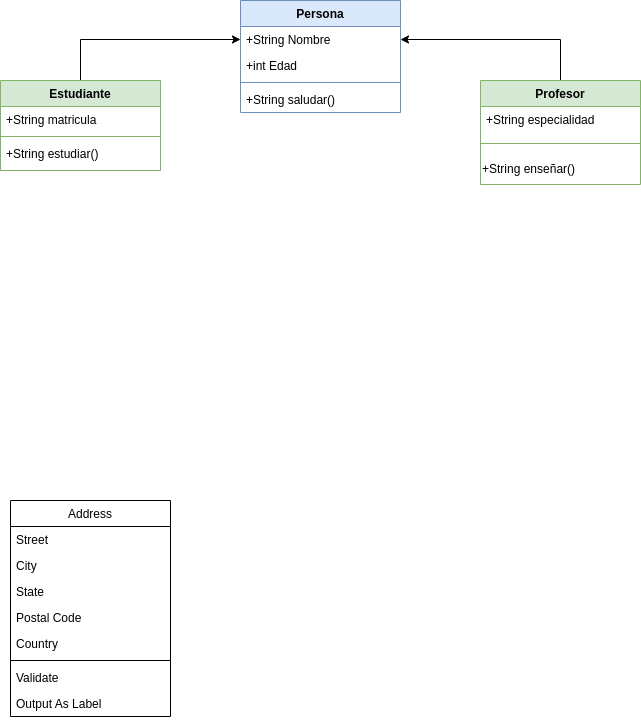
The draw.io diagram images/gestion-academica.png in aday-ctr/gestion-academica, before a commit. Source tidied: cells renumbered, new cells last; positions are measured from the earlier drawing's top-left corner, leaving out a move shared by most shapes. The source it was exported from:
```xml
<mxGraphModel>
  <root>
    <mxCell id="0" />
    <mxCell id="1" parent="0" />
    <mxCell id="2" value="Persona" style="swimlane;fontStyle=1;align=center;verticalAlign=top;horizontal=1;startSize=26;rounded=0;shadow=0;strokeWidth=1;fillColor=#dae8fc;strokeColor=#6c8ebf;" parent="1" vertex="1">
      <mxGeometry x="240" width="160" height="112" as="geometry" />
    </mxCell>
    <mxCell id="3" value="+String Nombre" style="text;align=left;verticalAlign=top;spacingLeft=4;spacingRight=4;overflow=hidden;points=[[0,0.5],[1,0.5]];portConstraint=eastwest;" parent="2" vertex="1">
      <mxGeometry y="26" width="160" height="26" as="geometry" />
    </mxCell>
    <mxCell id="4" value="+int Edad" style="text;align=left;verticalAlign=top;spacingLeft=4;spacingRight=4;overflow=hidden;rounded=0;shadow=0;html=0;" parent="2" vertex="1">
      <mxGeometry y="52" width="160" height="26" as="geometry" />
    </mxCell>
    <mxCell id="5" style="line;html=1;strokeWidth=1;align=left;verticalAlign=middle;spacingTop=-1;spacingLeft=3;spacingRight=3;labelPosition=right;fillColor=#dae8fc;strokeColor=#6c8ebf;" parent="2" vertex="1">
      <mxGeometry y="78" width="160" height="8" as="geometry" />
    </mxCell>
    <mxCell id="6" value="+String saludar()" style="text;align=left;verticalAlign=top;spacingLeft=4;spacingRight=4;overflow=hidden;" parent="2" vertex="1">
      <mxGeometry y="86" width="160" height="26" as="geometry" />
    </mxCell>
    <mxCell id="7" style="edgeStyle=orthogonalEdgeStyle;rounded=0;jettySize=auto;html=1;exitX=0.5;exitY=0;exitDx=0;exitDy=0;entryX=0;entryY=0.5;entryDx=0;entryDy=0;" parent="1" edge="1" source="8" target="3">
      <mxGeometry relative="1" as="geometry" />
    </mxCell>
    <mxCell id="8" value="Estudiante" style="swimlane;fontStyle=1;align=center;verticalAlign=top;horizontal=1;startSize=26;rounded=0;shadow=0;strokeWidth=1;fillColor=#d5e8d4;strokeColor=#82b366;" parent="1" vertex="1">
      <mxGeometry y="80" width="160" height="90" as="geometry" />
    </mxCell>
    <mxCell id="9" value="+String matricula" style="text;align=left;verticalAlign=top;spacingLeft=4;spacingRight=4;overflow=hidden;" parent="8" vertex="1">
      <mxGeometry y="26" width="160" height="26" as="geometry" />
    </mxCell>
    <mxCell id="10" style="line;html=1;strokeWidth=1;align=left;verticalAlign=middle;spacingTop=-1;spacingLeft=3;spacingRight=3;labelPosition=right;fillColor=#d5e8d4;strokeColor=#82b366;" parent="8" vertex="1">
      <mxGeometry y="52" width="160" height="8" as="geometry" />
    </mxCell>
    <mxCell id="11" value="+String estudiar()" style="text;align=left;verticalAlign=top;spacingLeft=4;spacingRight=4;overflow=hidden;fontStyle=0;" parent="8" vertex="1">
      <mxGeometry y="60" width="160" height="26" as="geometry" />
    </mxCell>
    <mxCell id="12" style="edgeStyle=orthogonalEdgeStyle;rounded=0;jettySize=auto;html=1;exitX=0.5;exitY=0;exitDx=0;exitDy=0;entryX=1;entryY=0.5;entryDx=0;entryDy=0;" parent="1" edge="1" source="13" target="3">
      <mxGeometry relative="1" as="geometry" />
    </mxCell>
    <mxCell id="13" value="Profesor" style="swimlane;fontStyle=1;align=center;verticalAlign=top;horizontal=1;startSize=26;rounded=0;shadow=0;strokeWidth=1;fillColor=#d5e8d4;strokeColor=#82b366;" parent="1" vertex="1">
      <mxGeometry x="480" y="80" width="160" height="104" as="geometry" />
    </mxCell>
    <mxCell id="14" value="+String especialidad" style="text;align=left;verticalAlign=top;spacingLeft=4;spacingRight=4;overflow=hidden;" parent="13" vertex="1">
      <mxGeometry y="26" width="160" height="26" as="geometry" />
    </mxCell>
    <mxCell id="15" style="line;html=1;strokeWidth=1;align=left;verticalAlign=middle;spacingTop=-1;spacingLeft=3;spacingRight=3;labelPosition=right;fillColor=#d5e8d4;strokeColor=#82b366;" parent="13" vertex="1">
      <mxGeometry y="52" width="160" height="22" as="geometry" />
    </mxCell>
    <mxCell id="16" value="+String enseñar()" style="text;html=1;align=left;verticalAlign=middle;strokeColor=none;fillColor=none;" parent="13" vertex="1">
      <mxGeometry y="74" width="160" height="30" as="geometry" />
    </mxCell>
    <mxCell id="17" value="Address" style="swimlane;fontStyle=0;align=center;verticalAlign=top;horizontal=1;startSize=26;rounded=0;shadow=0;strokeWidth=1;" parent="1" vertex="1">
      <mxGeometry x="10" y="500" width="160" height="216" as="geometry" />
    </mxCell>
    <mxCell id="18" value="Street" style="text;align=left;verticalAlign=top;spacingLeft=4;spacingRight=4;overflow=hidden;" parent="17" vertex="1">
      <mxGeometry y="26" width="160" height="26" as="geometry" />
    </mxCell>
    <mxCell id="19" value="City" style="text;align=left;verticalAlign=top;spacingLeft=4;spacingRight=4;overflow=hidden;rounded=0;shadow=0;html=0;" parent="17" vertex="1">
      <mxGeometry y="52" width="160" height="26" as="geometry" />
    </mxCell>
    <mxCell id="20" value="State" style="text;align=left;verticalAlign=top;spacingLeft=4;spacingRight=4;overflow=hidden;rounded=0;shadow=0;html=0;" parent="17" vertex="1">
      <mxGeometry y="78" width="160" height="26" as="geometry" />
    </mxCell>
    <mxCell id="21" value="Postal Code" style="text;align=left;verticalAlign=top;spacingLeft=4;spacingRight=4;overflow=hidden;rounded=0;shadow=0;html=0;" parent="17" vertex="1">
      <mxGeometry y="104" width="160" height="26" as="geometry" />
    </mxCell>
    <mxCell id="22" value="Country" style="text;align=left;verticalAlign=top;spacingLeft=4;spacingRight=4;overflow=hidden;rounded=0;shadow=0;html=0;" parent="17" vertex="1">
      <mxGeometry y="130" width="160" height="26" as="geometry" />
    </mxCell>
    <mxCell id="23" style="line;html=1;strokeWidth=1;align=left;verticalAlign=middle;spacingTop=-1;spacingLeft=3;spacingRight=3;labelPosition=right;" parent="17" vertex="1">
      <mxGeometry y="156" width="160" height="8" as="geometry" />
    </mxCell>
    <mxCell id="24" value="Validate" style="text;align=left;verticalAlign=top;spacingLeft=4;spacingRight=4;overflow=hidden;" parent="17" vertex="1">
      <mxGeometry y="164" width="160" height="26" as="geometry" />
    </mxCell>
    <mxCell id="25" value="Output As Label" style="text;align=left;verticalAlign=top;spacingLeft=4;spacingRight=4;overflow=hidden;" parent="17" vertex="1">
      <mxGeometry y="190" width="160" height="26" as="geometry" />
    </mxCell>
  </root>
</mxGraphModel>
```
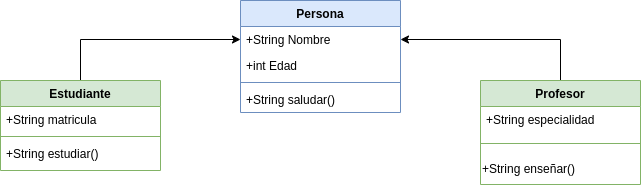
The same diagram one commit later.

Commit message:
Se crea la estructura de la carpeta images

The edit, as a diff of the source:
```diff
@@ -47,32 +47,5 @@
     <mxCell id="16" value="+String enseñar()" style="text;html=1;align=left;verticalAlign=middle;strokeColor=none;fillColor=none;" parent="13" vertex="1">
       <mxGeometry y="74" width="160" height="30" as="geometry" />
     </mxCell>
-    <mxCell id="17" value="Address" style="swimlane;fontStyle=0;align=center;verticalAlign=top;horizontal=1;startSize=26;rounded=0;shadow=0;strokeWidth=1;" parent="1" vertex="1">
-      <mxGeometry x="10" y="500" width="160" height="216" as="geometry" />
-    </mxCell>
-    <mxCell id="18" value="Street" style="text;align=left;verticalAlign=top;spacingLeft=4;spacingRight=4;overflow=hidden;" parent="17" vertex="1">
-      <mxGeometry y="26" width="160" height="26" as="geometry" />
-    </mxCell>
-    <mxCell id="19" value="City" style="text;align=left;verticalAlign=top;spacingLeft=4;spacingRight=4;overflow=hidden;rounded=0;shadow=0;html=0;" parent="17" vertex="1">
-      <mxGeometry y="52" width="160" height="26" as="geometry" />
-    </mxCell>
-    <mxCell id="20" value="State" style="text;align=left;verticalAlign=top;spacingLeft=4;spacingRight=4;overflow=hidden;rounded=0;shadow=0;html=0;" parent="17" vertex="1">
-      <mxGeometry y="78" width="160" height="26" as="geometry" />
-    </mxCell>
-    <mxCell id="21" value="Postal Code" style="text;align=left;verticalAlign=top;spacingLeft=4;spacingRight=4;overflow=hidden;rounded=0;shadow=0;html=0;" parent="17" vertex="1">
-      <mxGeometry y="104" width="160" height="26" as="geometry" />
-    </mxCell>
-    <mxCell id="22" value="Country" style="text;align=left;verticalAlign=top;spacingLeft=4;spacingRight=4;overflow=hidden;rounded=0;shadow=0;html=0;" parent="17" vertex="1">
-      <mxGeometry y="130" width="160" height="26" as="geometry" />
-    </mxCell>
-    <mxCell id="23" style="line;html=1;strokeWidth=1;align=left;verticalAlign=middle;spacingTop=-1;spacingLeft=3;spacingRight=3;labelPosition=right;" parent="17" vertex="1">
-      <mxGeometry y="156" width="160" height="8" as="geometry" />
-    </mxCell>
-    <mxCell id="24" value="Validate" style="text;align=left;verticalAlign=top;spacingLeft=4;spacingRight=4;overflow=hidden;" parent="17" vertex="1">
-      <mxGeometry y="164" width="160" height="26" as="geometry" />
-    </mxCell>
-    <mxCell id="25" value="Output As Label" style="text;align=left;verticalAlign=top;spacingLeft=4;spacingRight=4;overflow=hidden;" parent="17" vertex="1">
-      <mxGeometry y="190" width="160" height="26" as="geometry" />
-    </mxCell>
   </root>
 </mxGraphModel>
```
